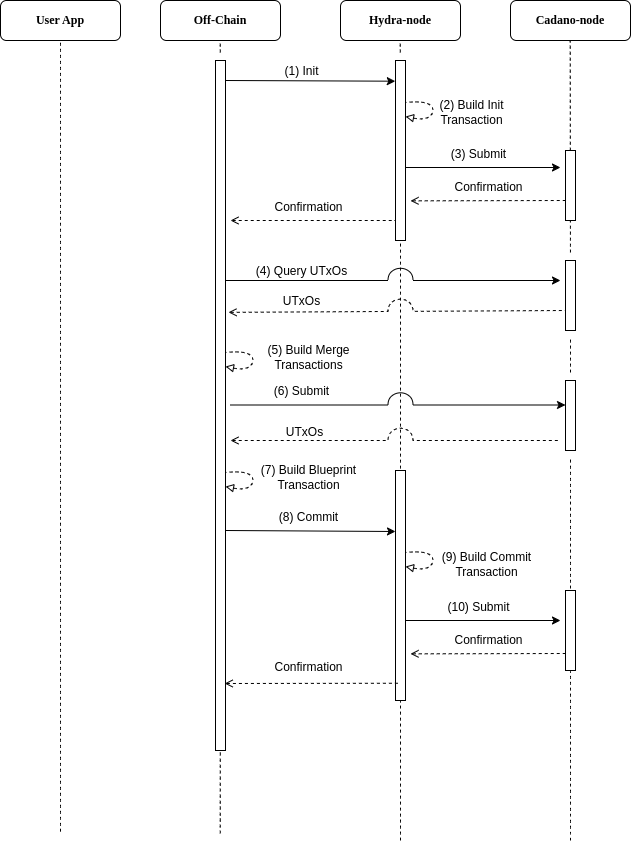
blazarlabs-io/blazar-hydra keeps this draw.io diagram as doc/img/diagram-open-head.png. Above is the earlier version. Source tidied: cells renumbered, new cells last; positions are measured from the earlier drawing's top-left corner, leaving out a move shared by most shapes.
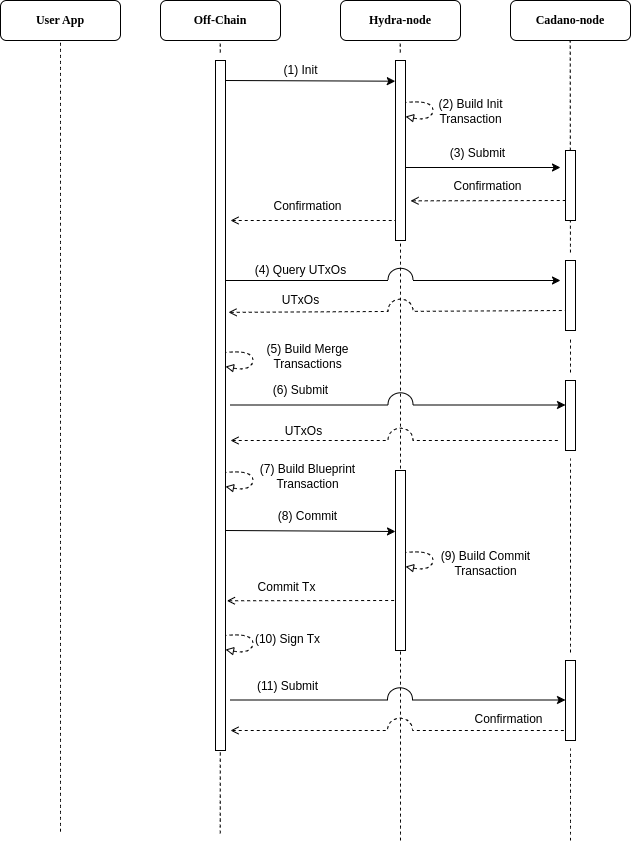
Later version of the same file.

Commit message:
Updates the Open Head use case

What changed in the source:
```diff
@@ -2,10 +2,8 @@
   <root>
     <mxCell id="0" />
     <mxCell id="1" parent="0" />
-    <mxCell id="2" style="endArrow=none;dashed=1;html=1;rounded=0;startSize=14;endSize=14;sourcePerimeterSpacing=8;targetPerimeterSpacing=8;curved=1;" parent="1" edge="1" target="47">
-      <mxGeometry relative="1" as="geometry">
-        <mxPoint x="570" y="840" as="sourcePoint" />
-      </mxGeometry>
+    <mxCell id="2" style="endArrow=none;dashed=1;html=1;rounded=0;startSize=14;endSize=14;sourcePerimeterSpacing=8;targetPerimeterSpacing=8;curved=1;" parent="1" edge="1" source="38" target="47">
+      <mxGeometry relative="1" as="geometry" />
     </mxCell>
     <mxCell id="3" style="endArrow=none;dashed=1;html=1;rounded=0;startSize=14;endSize=14;sourcePerimeterSpacing=8;targetPerimeterSpacing=8;curved=1;" parent="1" edge="1" source="10">
       <mxGeometry relative="1" as="geometry">
@@ -158,7 +156,7 @@
       </mxGeometry>
     </mxCell>
     <mxCell id="33" style="rounded=0;whiteSpace=wrap;html=1;" parent="1" vertex="1">
-      <mxGeometry x="395" y="470" width="10" height="230" as="geometry" />
+      <mxGeometry x="395" y="470" width="10" height="180" as="geometry" />
     </mxCell>
     <mxCell id="34" style="endArrow=classic;html=1;rounded=0;entryX=-0.021;entryY=0.115;entryDx=0;entryDy=0;entryPerimeter=0;" parent="1" edge="1">
       <mxGeometry relative="1" as="geometry">
@@ -187,38 +185,13 @@
         <mxPoint x="15" y="3" as="offset" />
       </mxGeometry>
     </mxCell>
-    <mxCell id="38" style="rounded=0;whiteSpace=wrap;html=1;" parent="1" vertex="1">
-      <mxGeometry x="565" y="590" width="10" height="80" as="geometry" />
-    </mxCell>
-    <mxCell id="39" style="endArrow=classic;html=1;rounded=0;" parent="1" edge="1">
-      <mxGeometry relative="1" as="geometry">
-        <mxPoint x="405" y="620" as="sourcePoint" />
-        <mxPoint x="560" y="620" as="targetPoint" />
-      </mxGeometry>
-    </mxCell>
-    <mxCell id="40" value="&lt;font face=&quot;Helvetica&quot; style=&quot;font-size: 12px;&quot;&gt;(10&lt;/font&gt;&lt;span style=&quot;font-size: 12px;&quot;&gt;) Submit&lt;/span&gt;" style="edgeLabel;html=1;align=center;verticalAlign=middle;" parent="1" vertex="1">
-      <mxGeometry x="460" y="600" as="geometry">
-        <mxPoint x="17" y="6" as="offset" />
+    <mxCell id="40" value="&lt;div&gt;&lt;span style=&quot;font-size: 12px;&quot;&gt;Commit Tx&lt;/span&gt;&lt;br&gt;&lt;/div&gt;" style="edgeLabel;html=1;align=center;verticalAlign=middle;" parent="1" vertex="1">
+      <mxGeometry x="280" y="585" as="geometry">
+        <mxPoint x="6" y="2" as="offset" />
       </mxGeometry>
     </mxCell>
-    <mxCell id="41" style="endArrow=none;html=1;rounded=0;entryX=0.2;entryY=0.071;entryDx=0;entryDy=0;entryPerimeter=0;startArrow=open;startFill=0;endFill=0;dashed=1;" parent="1" edge="1">
-      <mxGeometry relative="1" as="geometry">
-        <mxPoint x="410" y="653.3" as="sourcePoint" />
-        <mxPoint x="565" y="653" as="targetPoint" />
-      </mxGeometry>
-    </mxCell>
-    <mxCell id="42" value="&lt;span style=&quot;font-size: 12px;&quot;&gt;Confirmation&lt;/span&gt;" style="edgeLabel;html=1;align=center;verticalAlign=middle;" parent="1" vertex="1">
-      <mxGeometry x="470" y="633" as="geometry">
-        <mxPoint x="17" y="6" as="offset" />
-      </mxGeometry>
-    </mxCell>
-    <mxCell id="43" style="endArrow=none;html=1;rounded=0;entryX=0.25;entryY=0.925;entryDx=0;entryDy=0;entryPerimeter=0;startArrow=open;startFill=0;endFill=0;dashed=1;exitX=0.917;exitY=0.966;exitDx=0;exitDy=0;exitPerimeter=0;" parent="1" edge="1" target="33">
-      <mxGeometry relative="1" as="geometry">
-        <mxPoint x="224.2" y="683" as="sourcePoint" />
-      </mxGeometry>
-    </mxCell>
-    <mxCell id="44" value="&lt;span style=&quot;font-size: 12px;&quot;&gt;Confirmation&lt;/span&gt;" style="edgeLabel;html=1;align=center;verticalAlign=middle;" parent="1" vertex="1">
-      <mxGeometry x="290" y="660" as="geometry">
+    <mxCell id="44" value="&lt;span style=&quot;font-size: 12px;&quot;&gt;(11) Submit&lt;/span&gt;" style="edgeLabel;html=1;align=center;verticalAlign=middle;" parent="1" vertex="1">
+      <mxGeometry x="270" y="680" as="geometry">
         <mxPoint x="17" y="6" as="offset" />
       </mxGeometry>
     </mxCell>
@@ -270,5 +243,60 @@
     <mxCell id="53" value="&lt;font face=&quot;Lucida Console&quot;&gt;&lt;b&gt;User App&lt;/b&gt;&lt;/font&gt;" style="rounded=1;whiteSpace=wrap;html=1;" parent="1" vertex="1">
       <mxGeometry width="120" height="40" as="geometry" />
     </mxCell>
+    <mxCell id="54" style="endArrow=none;html=1;rounded=0;entryX=0.2;entryY=0.071;entryDx=0;entryDy=0;entryPerimeter=0;startArrow=open;startFill=0;endFill=0;dashed=1;exitX=1.14;exitY=0.783;exitDx=0;exitDy=0;exitPerimeter=0;" parent="1" edge="1" source="10">
+      <mxGeometry relative="1" as="geometry">
+        <mxPoint x="395" y="600" as="targetPoint" />
+      </mxGeometry>
+    </mxCell>
+    <mxCell id="55" style="curved=1;endArrow=none;html=1;rounded=0;startArrow=block;startFill=0;endFill=0;dashed=1;arcSize=1;noJump=1;perimeterSpacing=10;" parent="1" edge="1">
+      <mxGeometry relative="1" as="geometry">
+        <mxPoint x="225" y="649" as="sourcePoint" />
+        <mxPoint x="225" y="635" as="targetPoint" />
+        <Array as="points">
+          <mxPoint x="245" y="653" />
+          <mxPoint x="255" y="643" />
+          <mxPoint x="245" y="633" />
+        </Array>
+      </mxGeometry>
+    </mxCell>
+    <mxCell id="56" value="&lt;font face=&quot;Helvetica&quot; style=&quot;font-size: 12px;&quot;&gt;(10&lt;/font&gt;&lt;span style=&quot;font-size: 12px;&quot;&gt;) Sign Tx&lt;/span&gt;" style="edgeLabel;html=1;align=center;verticalAlign=middle;" parent="1" vertex="1">
+      <mxGeometry x="270" y="633" as="geometry">
+        <mxPoint x="17" y="6" as="offset" />
+      </mxGeometry>
+    </mxCell>
+    <mxCell id="57" style="endArrow=classic;html=1;rounded=0;jumpStyle=none;jumpSize=60;strokeColor=none;" parent="1" edge="1">
+      <mxGeometry relative="1" as="geometry">
+        <mxPoint x="399.5" y="560" as="sourcePoint" />
+        <mxPoint x="399.5" y="780" as="targetPoint" />
+        <Array as="points">
+          <mxPoint x="399.5" y="620" />
+        </Array>
+      </mxGeometry>
+    </mxCell>
+    <mxCell id="58" style="endArrow=none;dashed=1;html=1;rounded=0;startSize=14;endSize=14;sourcePerimeterSpacing=8;targetPerimeterSpacing=8;curved=1;" parent="1" edge="1" target="38">
+      <mxGeometry relative="1" as="geometry">
+        <mxPoint x="570" y="840" as="sourcePoint" />
+      </mxGeometry>
+    </mxCell>
+    <mxCell id="38" style="rounded=0;whiteSpace=wrap;html=1;" parent="1" vertex="1">
+      <mxGeometry x="565" y="660" width="10" height="80" as="geometry" />
+    </mxCell>
+    <mxCell id="59" style="endArrow=classic;html=1;rounded=0;jumpStyle=arc;jumpSize=25;" parent="1" edge="1">
+      <mxGeometry relative="1" as="geometry">
+        <mxPoint x="230" y="699.5" as="sourcePoint" />
+        <mxPoint x="565" y="699.5" as="targetPoint" />
+      </mxGeometry>
+    </mxCell>
+    <mxCell id="60" style="endArrow=none;html=1;rounded=0;startArrow=open;startFill=0;endFill=0;dashed=1;jumpStyle=arc;jumpSize=25;" parent="1" edge="1">
+      <mxGeometry relative="1" as="geometry">
+        <mxPoint x="230" y="730" as="sourcePoint" />
+        <mxPoint x="565" y="730" as="targetPoint" />
+      </mxGeometry>
+    </mxCell>
+    <mxCell id="42" value="&lt;span style=&quot;font-size: 12px;&quot;&gt;Confirmation&lt;/span&gt;" style="edgeLabel;html=1;align=center;verticalAlign=middle;" parent="1" vertex="1">
+      <mxGeometry x="491" y="713" as="geometry">
+        <mxPoint x="17" y="6" as="offset" />
+      </mxGeometry>
+    </mxCell>
   </root>
 </mxGraphModel>
```
